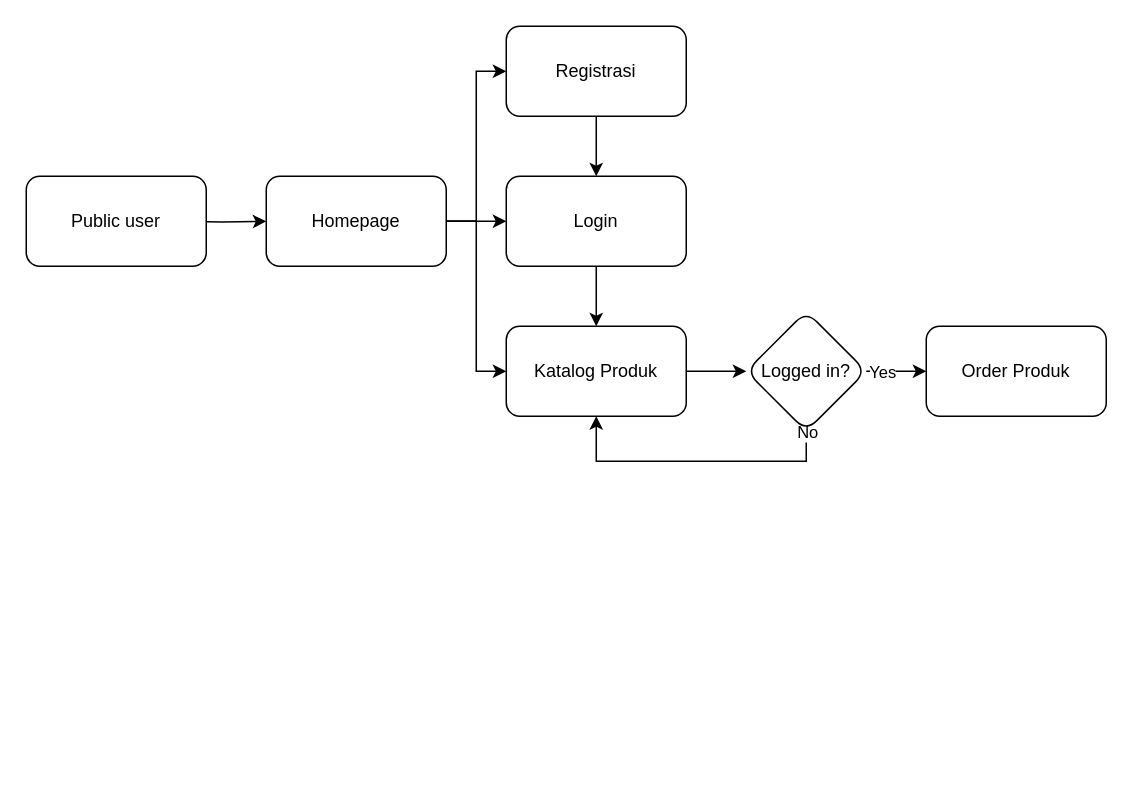
Before: Alur_KantinSPW.drawio in silvynrr/diagram-kantin-spw, a draw.io diagram. Source tidied: cells renumbered, new cells numbered last; positions are measured from the earlier drawing's top-left corner, leaving out a move shared by most shapes. Both pictures are drawn from the tidied source at 150%, with x=0, y=0 at pixel (26, 26).
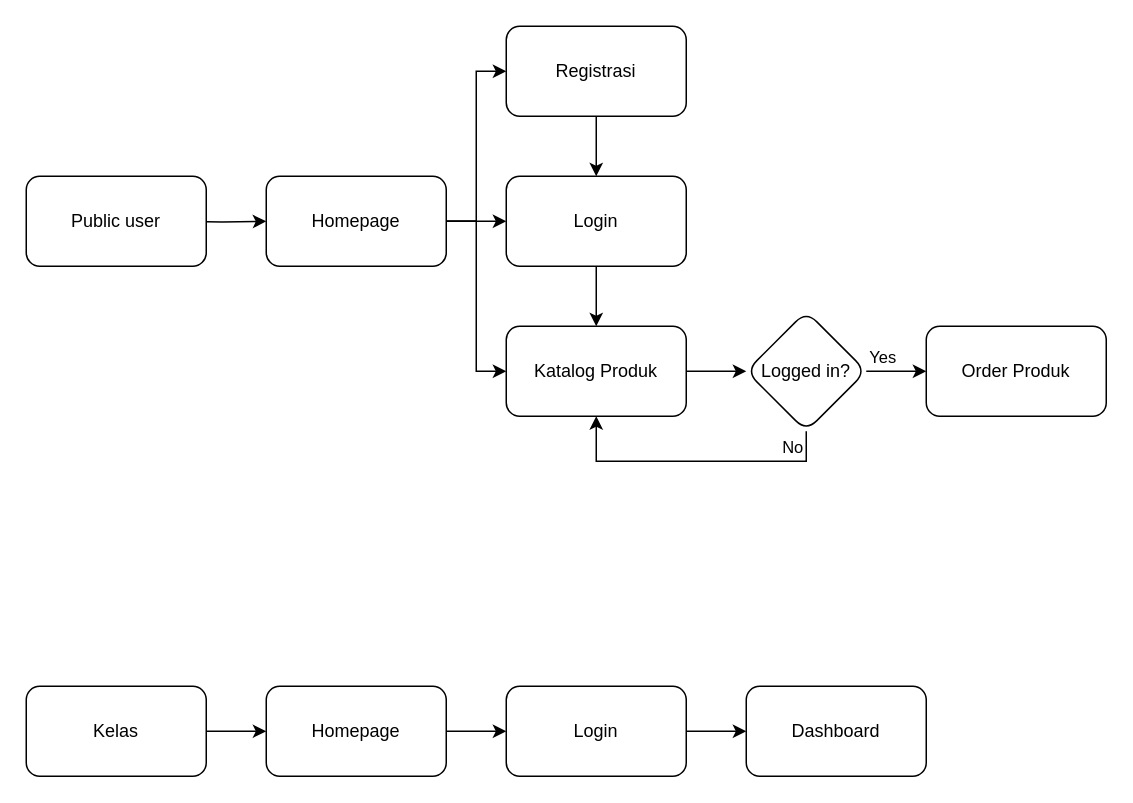
The same page after the edit.

The change refers to these unchanged cells:
```xml
<mxCell id="14" style="edgeStyle=orthogonalEdgeStyle;rounded=0;jettySize=auto;html=1;" parent="1" edge="1" source="18" target="19">
  <mxGeometry relative="1" as="geometry" />
</mxCell>
<mxCell id="16" style="edgeStyle=orthogonalEdgeStyle;rounded=0;jettySize=auto;html=1;" parent="1" edge="1" source="18" target="9">
  <mxGeometry relative="1" as="geometry">
    <Array as="points">
      <mxPoint x="520" y="290" />
      <mxPoint x="380" y="290" />
    </Array>
  </mxGeometry>
</mxCell>
```

What changed in the source:
```diff
@@
     <mxCell id="15" value="Yes" style="edgeLabel;html=1;align=center;verticalAlign=middle;" parent="14" vertex="1">
       <mxGeometry x="-0.31" y="1" relative="1" as="geometry">
-        <mxPoint x="-4" y="1" as="offset" />
+        <mxPoint x="-4" y="-9" as="offset" />
       </mxGeometry>
     </mxCell>
@@
     <mxCell id="17" value="No" style="edgeLabel;html=1;align=center;verticalAlign=middle;" parent="16" vertex="1">
       <mxGeometry x="-0.91" y="-1" relative="1" as="geometry">
-        <mxPoint x="1" y="-9" as="offset" />
+        <mxPoint x="-9" y="1" as="offset" />
       </mxGeometry>
     </mxCell>
@@
+    <mxCell id="20" style="edgeStyle=orthogonalEdgeStyle;rounded=0;jettySize=auto;html=1;" parent="1" edge="1" source="21" target="23">
+      <mxGeometry relative="1" as="geometry" />
+    </mxCell>
+    <mxCell id="21" value="Kelas" style="rounded=1;whiteSpace=wrap;html=1;" parent="1" vertex="1">
+      <mxGeometry y="440" width="120" height="60" as="geometry" />
+    </mxCell>
+    <mxCell id="22" style="edgeStyle=orthogonalEdgeStyle;rounded=0;jettySize=auto;html=1;" parent="1" edge="1" source="23" target="25">
+      <mxGeometry relative="1" as="geometry" />
+    </mxCell>
+    <mxCell id="23" value="Homepage" style="rounded=1;whiteSpace=wrap;html=1;" parent="1" vertex="1">
+      <mxGeometry x="160" y="440" width="120" height="60" as="geometry" />
+    </mxCell>
+    <mxCell id="24" style="edgeStyle=orthogonalEdgeStyle;rounded=0;jettySize=auto;html=1;" parent="1" edge="1" source="25" target="26">
+      <mxGeometry relative="1" as="geometry" />
+    </mxCell>
+    <mxCell id="25" value="Login" style="rounded=1;whiteSpace=wrap;html=1;" parent="1" vertex="1">
+      <mxGeometry x="320" y="440" width="120" height="60" as="geometry" />
+    </mxCell>
+    <mxCell id="26" value="Dashboard" style="rounded=1;whiteSpace=wrap;html=1;" parent="1" vertex="1">
+      <mxGeometry x="480" y="440" width="120" height="60" as="geometry" />
+    </mxCell>
```
